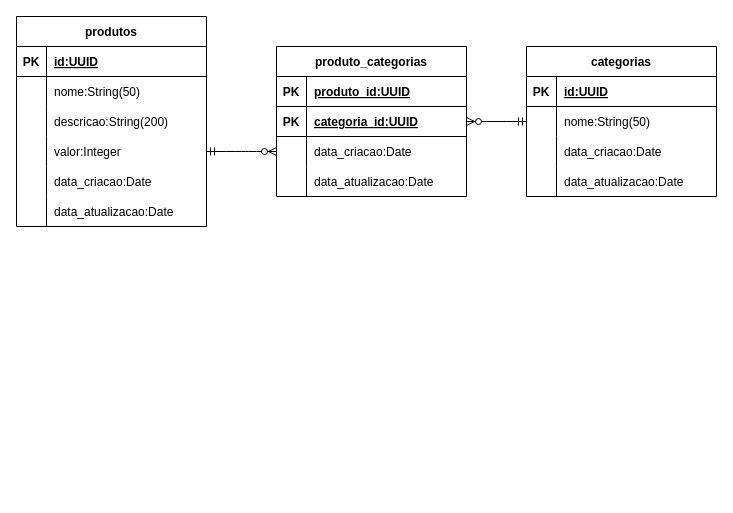
JoaoVitorHipolito/ecommerce-node-api keeps this draw.io diagram as page "Modelo Logico" (2 of 2) of requirements/ecommerce-datebase.drawio. Above is the earlier version. Source tidied: cells renumbered, new cells numbered last; positions are measured from the earlier drawing's top-left corner, leaving out a move shared by most shapes. Both pictures are drawn from the tidied source at 100%, with x=0, y=0 at pixel (16, 16).
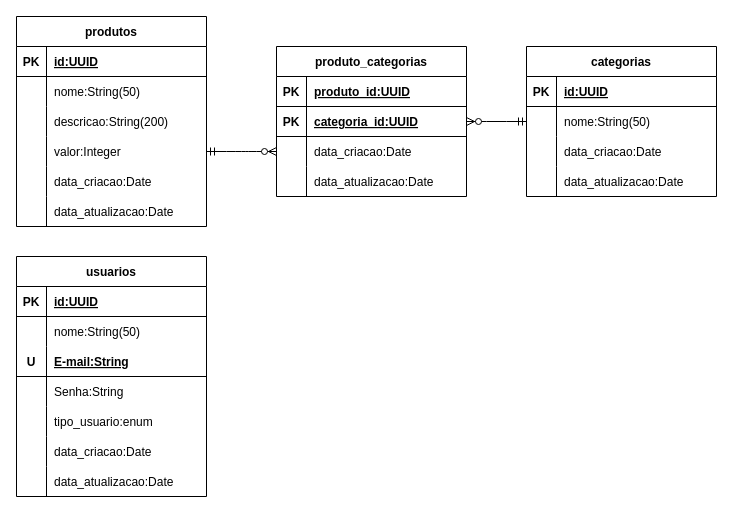
The same page after the edit.

Change to the diagram source:
```diff
@@
+    <mxCell id="49" value="usuarios" style="shape=table;startSize=30;childLayout=tableLayout;rowLines=0;fontStyle=1;align=center;" parent="1" vertex="1">
+      <mxGeometry y="240" width="190" height="240" as="geometry" />
+    </mxCell>
+    <mxCell id="50" style="shape=tableRow;horizontal=0;startSize=0;swimlaneHead=0;swimlaneBody=0;fillColor=none;top=0;left=0;right=0;bottom=1;" parent="49" vertex="1">
+      <mxGeometry y="30" width="190" height="30" as="geometry" />
+    </mxCell>
+    <mxCell id="51" value="PK" style="shape=partialRectangle;fillColor=none;top=0;left=0;bottom=0;right=0;fontStyle=1;overflow=hidden;" parent="50" vertex="1">
+      <mxGeometry width="30" height="30" as="geometry" />
+    </mxCell>
+    <mxCell id="52" value="id:UUID" style="shape=partialRectangle;fillColor=none;top=0;left=0;bottom=0;right=0;align=left;spacingLeft=6;fontStyle=5;overflow=hidden;" parent="50" vertex="1">
+      <mxGeometry x="30" width="160" height="30" as="geometry" />
+    </mxCell>
+    <mxCell id="53" style="shape=tableRow;horizontal=0;startSize=0;swimlaneHead=0;swimlaneBody=0;fillColor=none;top=0;left=0;right=0;bottom=0;" parent="49" vertex="1">
+      <mxGeometry y="60" width="190" height="30" as="geometry" />
+    </mxCell>
+    <mxCell id="54" style="shape=partialRectangle;fillColor=none;top=0;left=0;bottom=0;right=0;overflow=hidden;" parent="53" vertex="1">
+      <mxGeometry width="30" height="30" as="geometry" />
+    </mxCell>
+    <mxCell id="55" value="nome:String(50)" style="shape=partialRectangle;fillColor=none;top=0;left=0;bottom=0;right=0;align=left;spacingLeft=6;overflow=hidden;" parent="53" vertex="1">
+      <mxGeometry x="30" width="160" height="30" as="geometry" />
+    </mxCell>
+    <mxCell id="56" style="shape=tableRow;horizontal=0;startSize=0;swimlaneHead=0;swimlaneBody=0;fillColor=none;top=0;left=0;right=0;bottom=1;" parent="49" vertex="1">
+      <mxGeometry y="90" width="190" height="30" as="geometry" />
+    </mxCell>
+    <mxCell id="57" value="U" style="shape=partialRectangle;fillColor=none;top=0;left=0;bottom=0;right=0;fontStyle=1;overflow=hidden;" parent="56" vertex="1">
+      <mxGeometry width="30" height="30" as="geometry" />
+    </mxCell>
+    <mxCell id="58" value="E-mail:String" style="shape=partialRectangle;fillColor=none;top=0;left=0;bottom=0;right=0;align=left;spacingLeft=6;fontStyle=5;overflow=hidden;" parent="56" vertex="1">
+      <mxGeometry x="30" width="160" height="30" as="geometry" />
+    </mxCell>
+    <mxCell id="59" style="shape=tableRow;horizontal=0;startSize=0;swimlaneHead=0;swimlaneBody=0;fillColor=none;top=0;left=0;right=0;bottom=0;" parent="49" vertex="1">
+      <mxGeometry y="120" width="190" height="30" as="geometry" />
+    </mxCell>
+    <mxCell id="60" style="shape=partialRectangle;fillColor=none;top=0;left=0;bottom=0;right=0;overflow=hidden;" parent="59" vertex="1">
+      <mxGeometry width="30" height="30" as="geometry" />
+    </mxCell>
+    <mxCell id="61" value="Senha:String" style="shape=partialRectangle;fillColor=none;top=0;left=0;bottom=0;right=0;align=left;spacingLeft=6;overflow=hidden;" parent="59" vertex="1">
+      <mxGeometry x="30" width="160" height="30" as="geometry" />
+    </mxCell>
+    <mxCell id="62" style="shape=tableRow;horizontal=0;startSize=0;swimlaneHead=0;swimlaneBody=0;fillColor=none;top=0;left=0;right=0;bottom=0;" parent="49" vertex="1">
+      <mxGeometry y="150" width="190" height="30" as="geometry" />
+    </mxCell>
+    <mxCell id="63" style="shape=partialRectangle;fillColor=none;top=0;left=0;bottom=0;right=0;overflow=hidden;" parent="62" vertex="1">
+      <mxGeometry width="30" height="30" as="geometry" />
+    </mxCell>
+    <mxCell id="64" value="tipo_usuario:enum" style="shape=partialRectangle;fillColor=none;top=0;left=0;bottom=0;right=0;align=left;spacingLeft=6;overflow=hidden;" parent="62" vertex="1">
+      <mxGeometry x="30" width="160" height="30" as="geometry" />
+    </mxCell>
+    <mxCell id="65" style="shape=tableRow;horizontal=0;startSize=0;swimlaneHead=0;swimlaneBody=0;fillColor=none;top=0;left=0;right=0;bottom=0;" parent="49" vertex="1">
+      <mxGeometry y="180" width="190" height="30" as="geometry" />
+    </mxCell>
+    <mxCell id="66" style="shape=partialRectangle;fillColor=none;top=0;left=0;bottom=0;right=0;overflow=hidden;" parent="65" vertex="1">
+      <mxGeometry width="30" height="30" as="geometry" />
+    </mxCell>
+    <mxCell id="67" value="data_criacao:Date" style="shape=partialRectangle;fillColor=none;top=0;left=0;bottom=0;right=0;align=left;spacingLeft=6;overflow=hidden;" parent="65" vertex="1">
+      <mxGeometry x="30" width="160" height="30" as="geometry" />
+    </mxCell>
+    <mxCell id="68" style="shape=tableRow;horizontal=0;startSize=0;swimlaneHead=0;swimlaneBody=0;fillColor=none;top=0;left=0;right=0;bottom=0;" parent="49" vertex="1">
+      <mxGeometry y="210" width="190" height="30" as="geometry" />
+    </mxCell>
+    <mxCell id="69" style="shape=partialRectangle;fillColor=none;top=0;left=0;bottom=0;right=0;overflow=hidden;" parent="68" vertex="1">
+      <mxGeometry width="30" height="30" as="geometry" />
+    </mxCell>
+    <mxCell id="70" value="data_atualizacao:Date" style="shape=partialRectangle;fillColor=none;top=0;left=0;bottom=0;right=0;align=left;spacingLeft=6;overflow=hidden;" parent="68" vertex="1">
+      <mxGeometry x="30" width="160" height="30" as="geometry" />
+    </mxCell>
```
